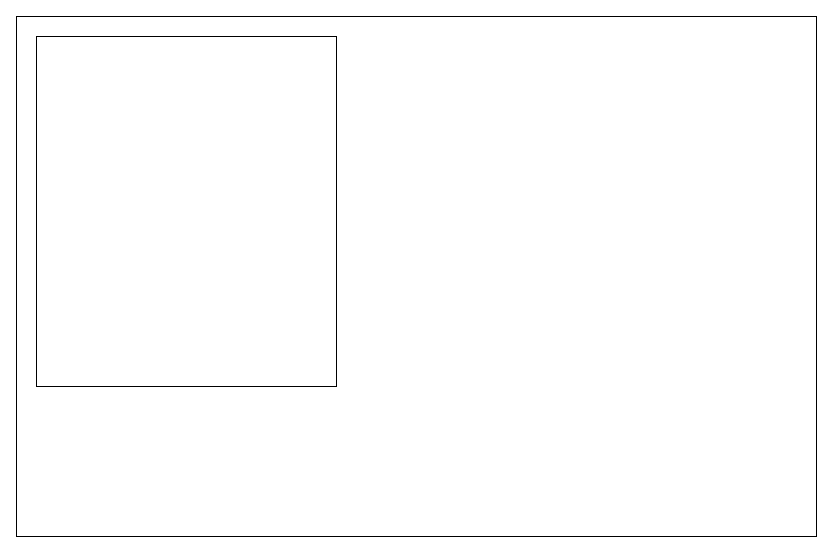
3plus10i/UTXeolb keeps this draw.io diagram as 界面设计.drawio. Above is the earlier version. Source tidied: cells renumbered, new cells numbered last; positions are measured from the earlier drawing's top-left corner, leaving out a move shared by most shapes. Both pictures are drawn from the tidied source at 100%, with x=0, y=0 at pixel (16, 16).
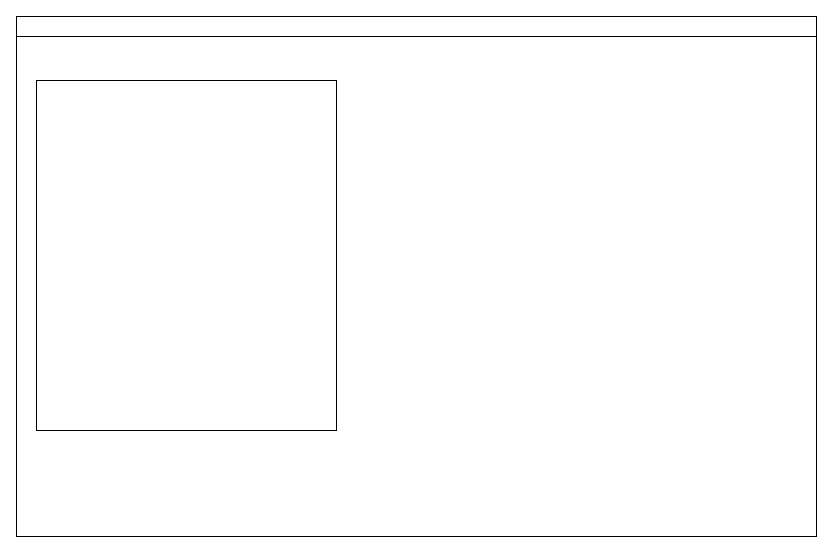
After the change.

Commit message:
更新界面设计.drawio

Diff of the diagram source:
```diff
@@
 <mxGraphModel>
   <root>
     <mxCell id="0" />
     <mxCell id="1" parent="0" />
     <mxCell id="2" style="rounded=0;whiteSpace=wrap;html=1;fillColor=none;" parent="1" vertex="1">
       <mxGeometry width="800" height="520" as="geometry" />
     </mxCell>
     <mxCell id="3" style="rounded=0;whiteSpace=wrap;html=1;fillColor=none;" parent="1" vertex="1">
-      <mxGeometry x="20" y="20" width="300" height="350" as="geometry" />
+      <mxGeometry x="20" y="64" width="300" height="350" as="geometry" />
     </mxCell>
+    <mxCell id="4" style="rounded=0;whiteSpace=wrap;html=1;" parent="1" vertex="1">
+      <mxGeometry width="800" height="20" as="geometry" />
+    </mxCell>
   </root>
 </mxGraphModel>
```
